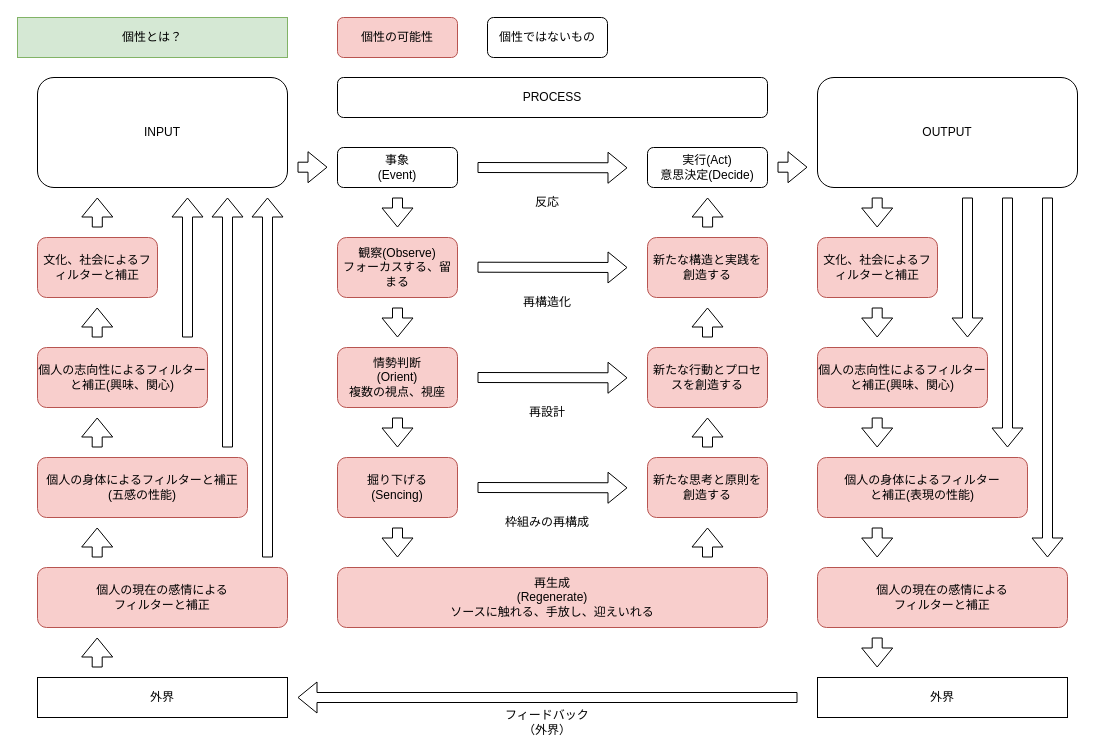
This is qiita_個性.drawio from YossyIto/booklog_drowio, a draw.io file, before an edit. Source tidied: cells renumbered, new cells numbered last; positions are measured from the earlier drawing's top-left corner, leaving out a move shared by most shapes. Both pictures are drawn from the tidied source at 100%, with x=0, y=0 at pixel (17, 17).
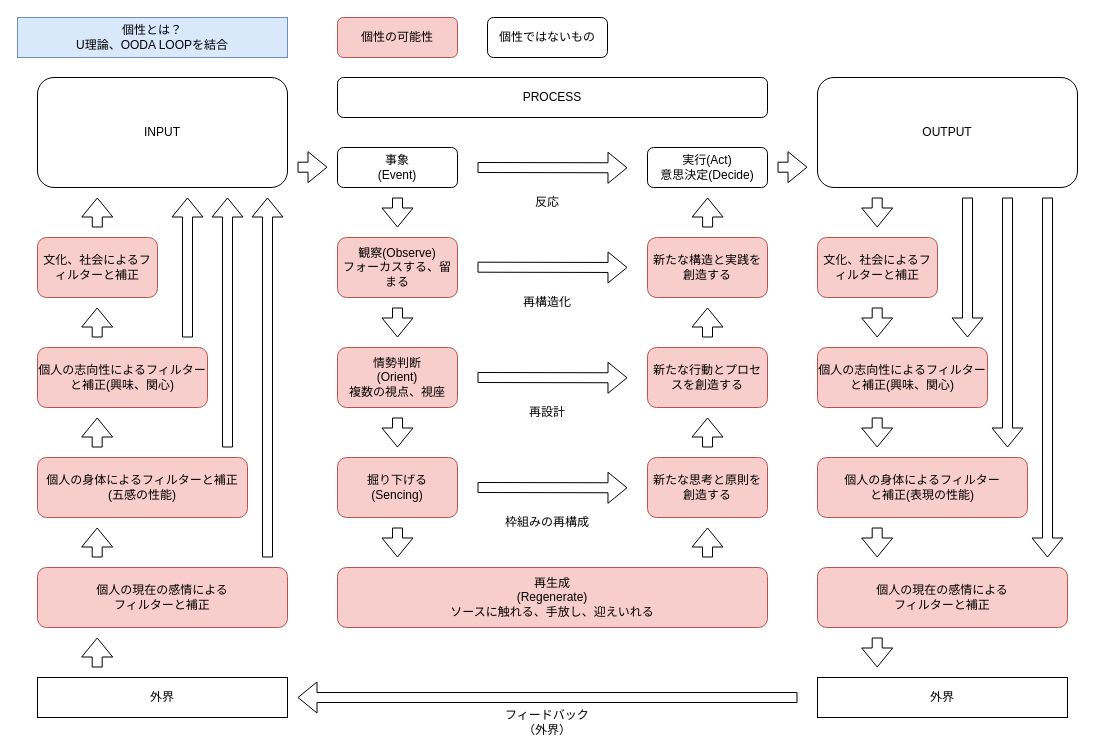
The same diagram, later.

Commit message (it also covers changes not shown here):
qiita_個性.drawio を更新します

The edit, as a diff of the source:
```diff
@@
-    <mxCell id="2" value="個性とは？" style="text;html=1;align=center;verticalAlign=middle;whiteSpace=wrap;rounded=0;fillColor=#d5e8d4;strokeColor=#82b366;" parent="1" vertex="1">
+    <mxCell id="2" value="個性とは？&lt;div&gt;U理論、OODA LOOPを結合&lt;/div&gt;" style="text;html=1;align=center;verticalAlign=middle;whiteSpace=wrap;rounded=0;fillColor=#dae8fc;strokeColor=#6c8ebf;" parent="1" vertex="1">
       <mxGeometry width="270" height="40" as="geometry" />
     </mxCell>
```
